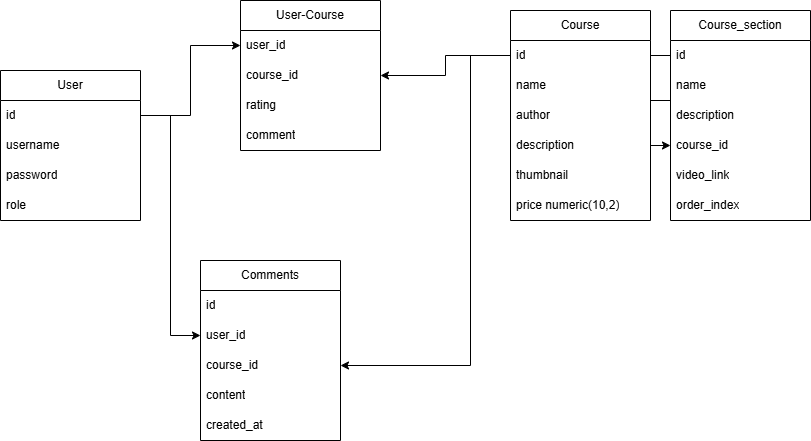
flow-of-water/Elearning keeps this draw.io diagram as Biểu đồ không có tiêu đề.drawio.png. Above is the earlier version. Source tidied: cells renumbered, new cells last; positions are measured from the earlier drawing's top-left corner, leaving out a move shared by most shapes.
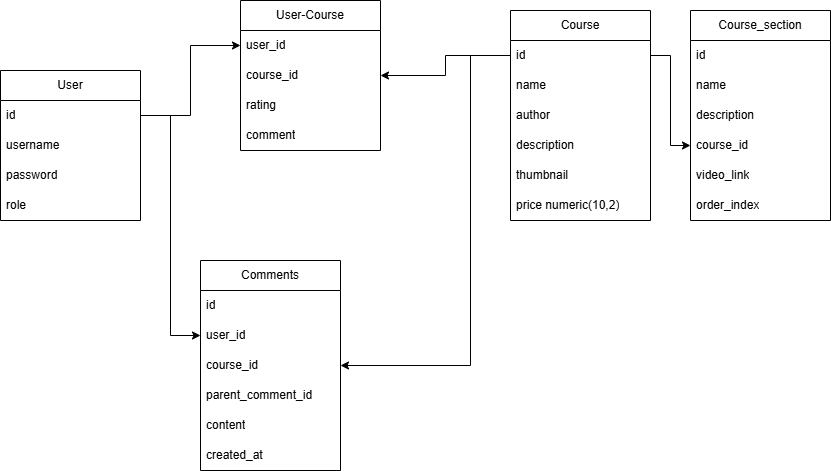
Above is the later version.

Diff of the diagram source:
```diff
@@ -39,7 +39,7 @@
       <mxGeometry y="180" width="140" height="30" as="geometry" />
     </mxCell>
     <mxCell id="14" value="Course_section" style="swimlane;fontStyle=0;horizontal=1;startSize=30;whiteSpace=wrap;html=1;" parent="1" vertex="1">
-      <mxGeometry x="670" y="10" width="140" height="210" as="geometry" />
+      <mxGeometry x="690" y="10" width="140" height="210" as="geometry" />
     </mxCell>
     <mxCell id="15" value="id" style="text;strokeColor=none;fillColor=none;align=left;verticalAlign=middle;spacingLeft=4;spacingRight=4;overflow=hidden;whiteSpace=wrap;html=1;" parent="14" vertex="1">
       <mxGeometry y="30" width="140" height="30" as="geometry" />
@@ -84,7 +84,7 @@
       <mxGeometry relative="1" as="geometry" />
     </mxCell>
     <mxCell id="29" value="Comments" style="swimlane;fontStyle=0;horizontal=1;startSize=30;whiteSpace=wrap;html=1;" parent="1" vertex="1">
-      <mxGeometry x="200" y="260" width="140" height="180" as="geometry" />
+      <mxGeometry x="200" y="260" width="140" height="210" as="geometry" />
     </mxCell>
     <mxCell id="30" value="id" style="text;strokeColor=none;fillColor=none;align=left;verticalAlign=middle;spacingLeft=4;spacingRight=4;overflow=hidden;whiteSpace=wrap;html=1;" parent="29" vertex="1">
       <mxGeometry y="30" width="140" height="30" as="geometry" />
@@ -95,11 +95,14 @@
     <mxCell id="32" value="course_id" style="text;strokeColor=none;fillColor=none;align=left;verticalAlign=middle;spacingLeft=4;spacingRight=4;overflow=hidden;points=[[0,0.5],[1,0.5]];portConstraint=eastwest;whiteSpace=wrap;html=1;" parent="29" vertex="1">
       <mxGeometry y="90" width="140" height="30" as="geometry" />
     </mxCell>
+    <mxCell id="37" value="parent_comment_id" style="text;strokeColor=none;fillColor=none;align=left;verticalAlign=middle;spacingLeft=4;spacingRight=4;overflow=hidden;whiteSpace=wrap;html=1;" parent="29" vertex="1">
+      <mxGeometry y="120" width="140" height="30" as="geometry" />
+    </mxCell>
     <mxCell id="33" value="content" style="text;strokeColor=none;fillColor=none;align=left;verticalAlign=middle;spacingLeft=4;spacingRight=4;overflow=hidden;whiteSpace=wrap;html=1;" parent="29" vertex="1">
-      <mxGeometry y="120" width="140" height="30" as="geometry" />
+      <mxGeometry y="150" width="140" height="30" as="geometry" />
     </mxCell>
     <mxCell id="34" value="created_at" style="text;strokeColor=none;fillColor=none;align=left;verticalAlign=middle;spacingLeft=4;spacingRight=4;overflow=hidden;whiteSpace=wrap;html=1;" parent="29" vertex="1">
-      <mxGeometry y="150" width="140" height="30" as="geometry" />
+      <mxGeometry y="180" width="140" height="30" as="geometry" />
     </mxCell>
     <mxCell id="35" style="edgeStyle=orthogonalEdgeStyle;rounded=0;jettySize=auto;html=1;exitX=1;exitY=0.5;exitDx=0;exitDy=0;entryX=0;entryY=0.5;entryDx=0;entryDy=0;" parent="1" edge="1" source="3" target="31">
       <mxGeometry relative="1" as="geometry" />
```
